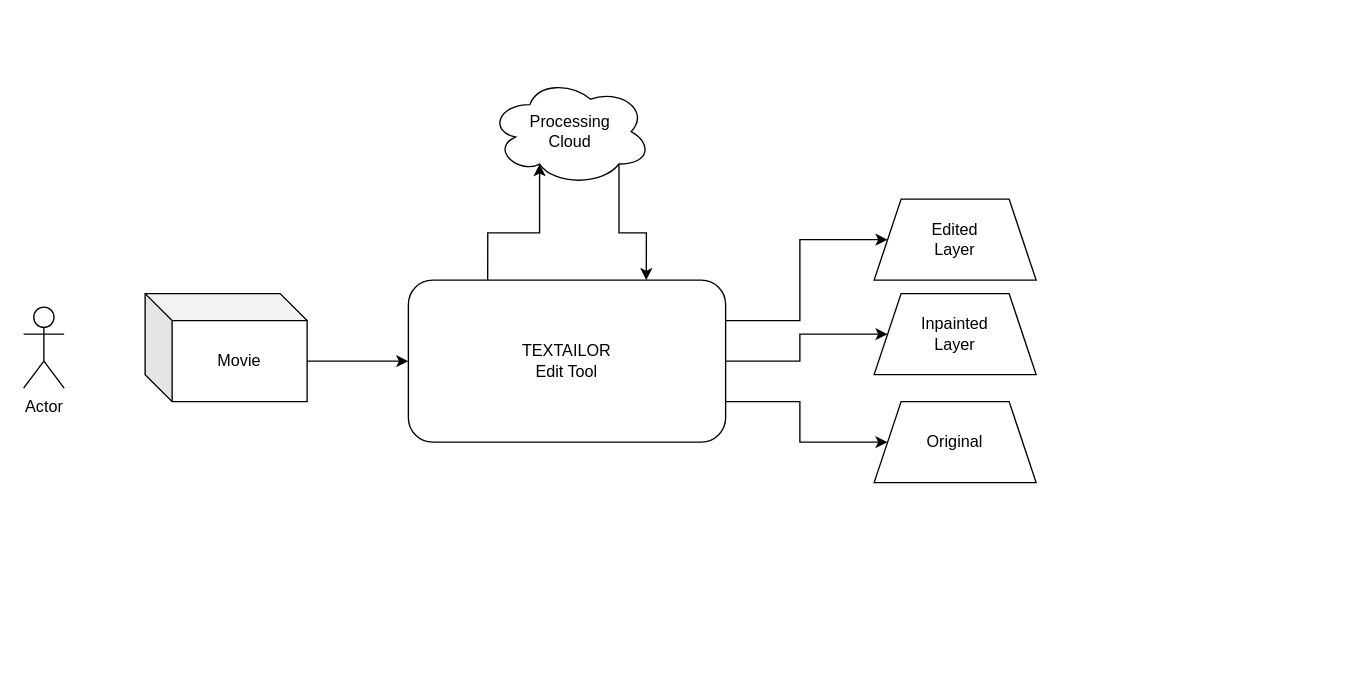
The draw.io diagram aa.drawio in dreamegg/ml_hw, before the edit. Source tidied: cells renumbered, new cells numbered last; positions are measured from the earlier drawing's top-left corner, leaving out a move shared by most shapes. Both pictures are drawn from the tidied source at 135%, with x=0, y=0 at pixel (23, 77).
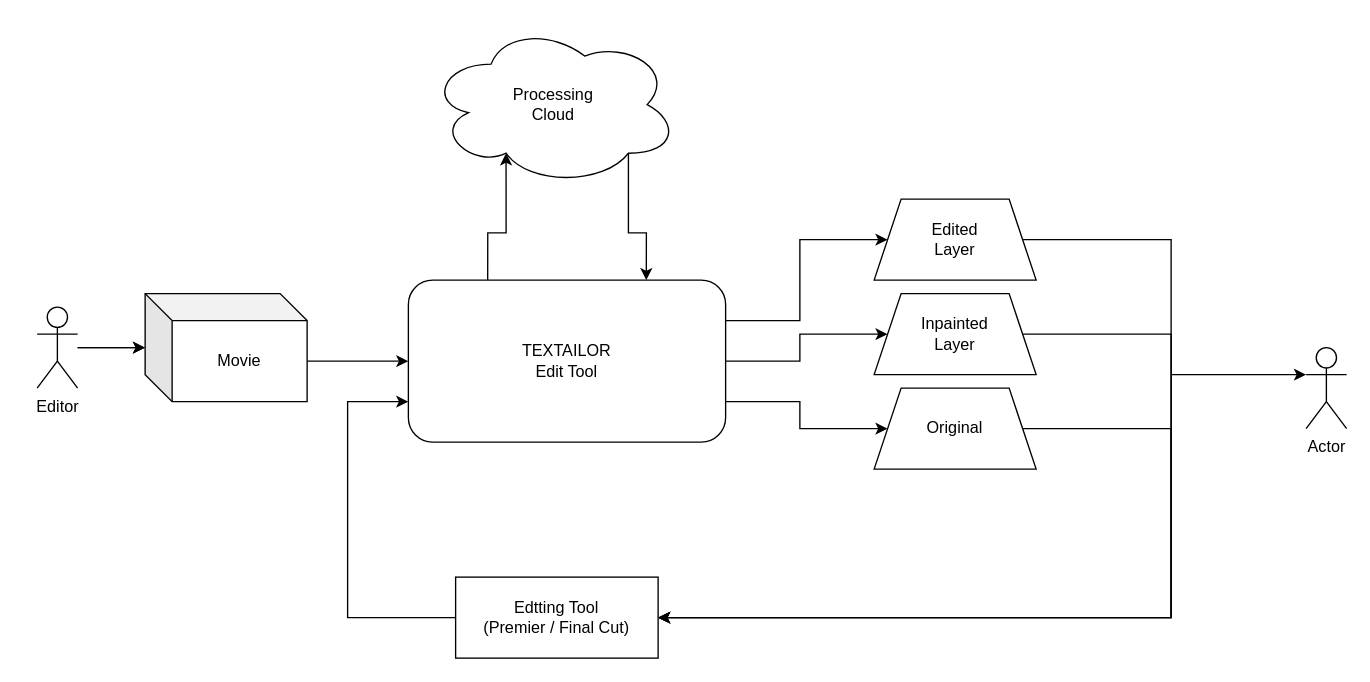
The same page after the edit.

Unchanged cells that the change refers to:
```xml
<mxCell id="3" value="Movie" style="shape=cube;whiteSpace=wrap;html=1;boundedLbl=1;backgroundOutline=1;darkOpacity=0.05;darkOpacity2=0.1;" parent="1" vertex="1">
  <mxGeometry x="90" y="160" width="120" height="80" as="geometry" />
</mxCell>
<mxCell id="10" value="TEXTAILOR&lt;br&gt;Edit Tool" style="rounded=1;whiteSpace=wrap;html=1;" parent="1" vertex="1">
  <mxGeometry x="285" y="150" width="235" height="120" as="geometry" />
</mxCell>
<mxCell id="12" value="Inpainted&lt;br&gt;Layer" style="shape=trapezoid;perimeter=trapezoidPerimeter;whiteSpace=wrap;html=1;fixedSize=1;" parent="1" vertex="1">
  <mxGeometry x="630" y="160" width="120" height="60" as="geometry" />
</mxCell>
<mxCell id="13" value="Edited&lt;br&gt;Layer" style="shape=trapezoid;perimeter=trapezoidPerimeter;whiteSpace=wrap;html=1;fixedSize=1;" parent="1" vertex="1">
  <mxGeometry x="630" y="90" width="120" height="60" as="geometry" />
</mxCell>
```

The edit, as a diff of the source:
```diff
@@
     <mxCell id="5" value="Processing&lt;br&gt;Cloud" style="ellipse;shape=cloud;whiteSpace=wrap;html=1;" parent="1" vertex="1">
-      <mxGeometry x="345" width="120" height="80" as="geometry" />
+      <mxGeometry x="300" y="-40" width="185" height="120" as="geometry" />
     </mxCell>
@@
+    <mxCell id="15" style="edgeStyle=orthogonalEdgeStyle;rounded=0;jettySize=auto;html=1;exitX=1;exitY=0.5;exitDx=0;exitDy=0;" parent="1" edge="1" source="11">
+      <mxGeometry relative="1" as="geometry">
+        <mxPoint x="470" y="400" as="targetPoint" />
+        <Array as="points">
+          <mxPoint x="850" y="260" />
+          <mxPoint x="850" y="400" />
+        </Array>
+      </mxGeometry>
+    </mxCell>
     <mxCell id="11" value="Original" style="shape=trapezoid;perimeter=trapezoidPerimeter;whiteSpace=wrap;html=1;fixedSize=1;" parent="1" vertex="1">
-      <mxGeometry x="630" y="240" width="120" height="60" as="geometry" />
+      <mxGeometry x="630" y="230" width="120" height="60" as="geometry" />
     </mxCell>
+    <mxCell id="16" style="edgeStyle=orthogonalEdgeStyle;rounded=0;jettySize=auto;html=1;exitX=1;exitY=0.5;exitDx=0;exitDy=0;" parent="1" edge="1" source="12">
+      <mxGeometry relative="1" as="geometry">
+        <mxPoint x="470" y="400" as="targetPoint" />
+        <Array as="points">
+          <mxPoint x="850" y="190" />
+          <mxPoint x="850" y="400" />
+        </Array>
+      </mxGeometry>
+    </mxCell>
@@
+    <mxCell id="17" style="edgeStyle=orthogonalEdgeStyle;rounded=0;jettySize=auto;html=1;exitX=1;exitY=0.5;exitDx=0;exitDy=0;entryX=1;entryY=0.5;entryDx=0;entryDy=0;" parent="1" edge="1" source="13" target="21">
+      <mxGeometry relative="1" as="geometry">
+        <Array as="points">
+          <mxPoint x="850" y="120" />
+          <mxPoint x="850" y="400" />
+        </Array>
+      </mxGeometry>
+    </mxCell>
@@
+    <mxCell id="18" style="edgeStyle=orthogonalEdgeStyle;rounded=0;jettySize=auto;html=1;" parent="1" edge="1" source="14" target="3">
+      <mxGeometry relative="1" as="geometry" />
+    </mxCell>
+    <mxCell id="19" style="edgeStyle=orthogonalEdgeStyle;rounded=0;jettySize=auto;html=1;" parent="1" edge="1" source="14" target="3">
+      <mxGeometry relative="1" as="geometry" />
+    </mxCell>
-    <mxCell id="14" value="Actor" style="shape=umlActor;verticalLabelPosition=bottom;verticalAlign=top;html=1;outlineConnect=0;" parent="1" vertex="1">
-      <mxGeometry y="170" width="30" height="60" as="geometry" />
+    <mxCell id="14" value="Editor" style="shape=umlActor;verticalLabelPosition=bottom;verticalAlign=top;html=1;outlineConnect=0;" parent="1" vertex="1">
+      <mxGeometry x="10" y="170" width="30" height="60" as="geometry" />
     </mxCell>
+    <mxCell id="20" style="edgeStyle=orthogonalEdgeStyle;rounded=0;jettySize=auto;html=1;exitX=0;exitY=0.5;exitDx=0;exitDy=0;entryX=0;entryY=0.75;entryDx=0;entryDy=0;" parent="1" edge="1" source="21" target="10">
+      <mxGeometry relative="1" as="geometry">
+        <Array as="points">
+          <mxPoint x="240" y="400" />
+          <mxPoint x="240" y="240" />
+        </Array>
+      </mxGeometry>
+    </mxCell>
+    <mxCell id="21" value="Edtting Tool&lt;br&gt;(Premier / Final Cut)" style="rounded=0;whiteSpace=wrap;html=1;" parent="1" vertex="1">
+      <mxGeometry x="320" y="370" width="150" height="60" as="geometry" />
+    </mxCell>
+    <mxCell id="22" value="Actor" style="shape=umlActor;verticalLabelPosition=bottom;verticalAlign=top;html=1;outlineConnect=0;" parent="1" vertex="1">
+      <mxGeometry x="950" y="200" width="30" height="60" as="geometry" />
+    </mxCell>
+    <mxCell id="23" style="endArrow=classic;html=1;rounded=0;entryX=0;entryY=0.3333333333333333;entryDx=0;entryDy=0;entryPerimeter=0;" parent="1" edge="1" target="22">
+      <mxGeometry relative="1" as="geometry">
+        <mxPoint x="850" y="220" as="sourcePoint" />
+      </mxGeometry>
+    </mxCell>
```
